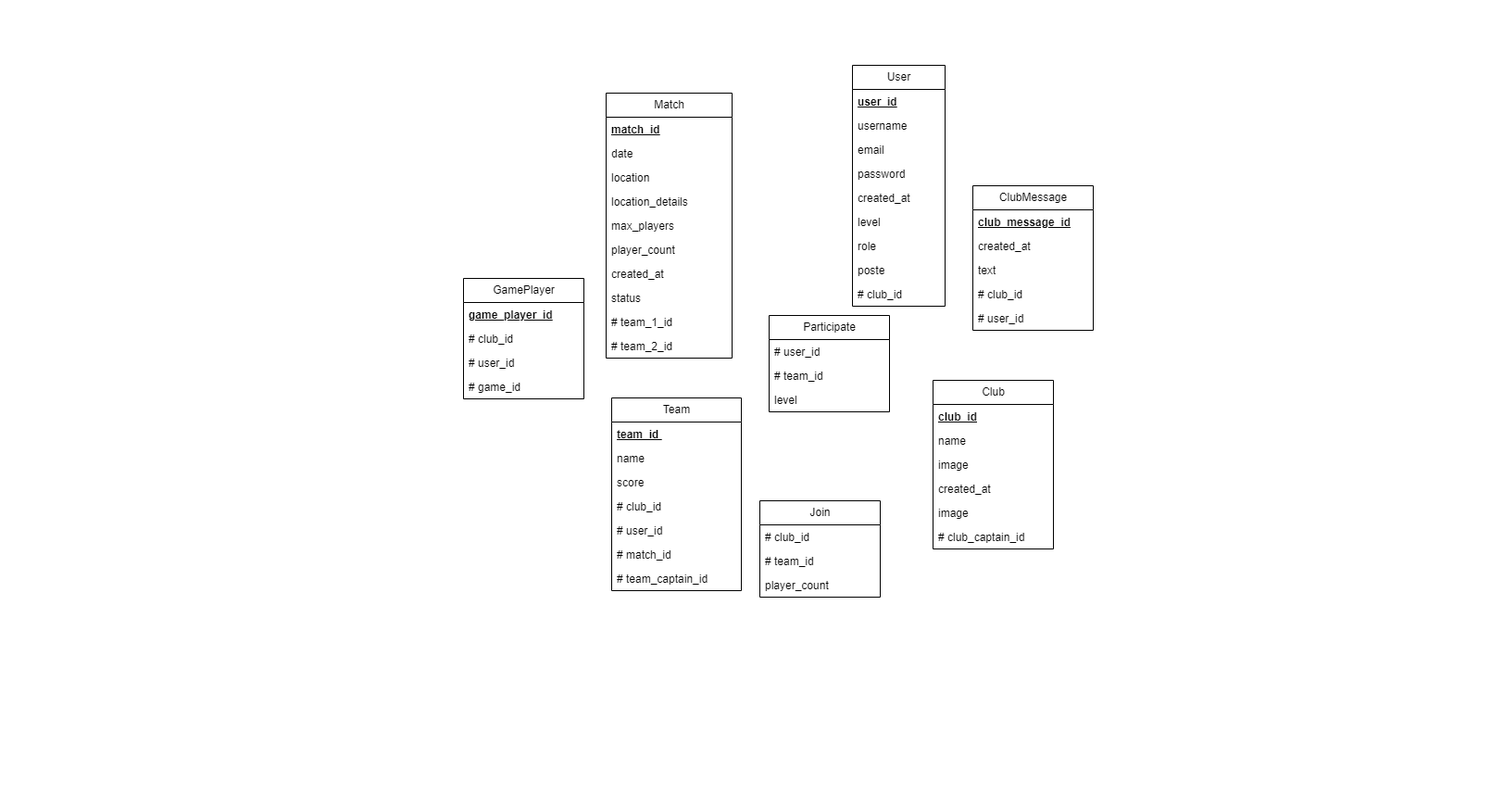
Earlier version of the draw.io export MLD.drawio.png (Mathistrg/Styx). Source tidied: cells renumbered, new cells last; positions are measured from the earlier drawing's top-left corner, leaving out a move shared by most shapes.
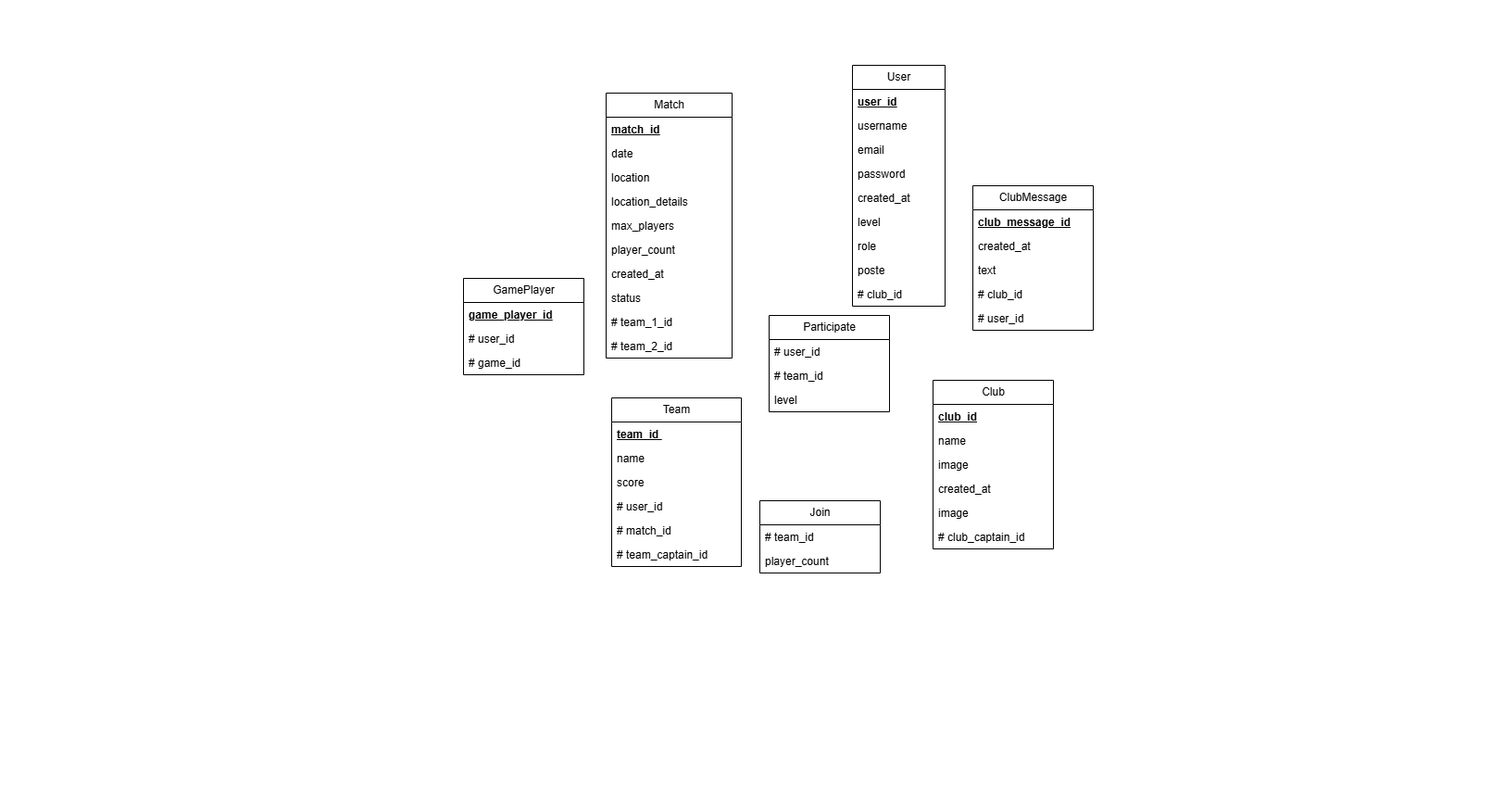
After the commit.

Commit message:
Mettre à jour MLD.drawio.png

Change to the diagram source:
```diff
@@ -90,7 +90,7 @@
       <mxGeometry y="156" width="130" height="26" as="geometry" />
     </mxCell>
     <mxCell id="31" value="Team" style="swimlane;fontStyle=0;horizontal=1;startSize=26;fillColor=none;html=1;" parent="1" vertex="1">
-      <mxGeometry x="660" y="429" width="140" height="208" as="geometry" />
+      <mxGeometry x="660" y="429" width="140" height="182" as="geometry" />
     </mxCell>
     <mxCell id="32" value="&lt;b&gt;&lt;u&gt;team_id&amp;nbsp;&lt;/u&gt;&lt;/b&gt;" style="text;strokeColor=none;fillColor=none;align=left;verticalAlign=top;spacingLeft=4;spacingRight=4;overflow=hidden;whiteSpace=wrap;html=1;" parent="31" vertex="1">
       <mxGeometry y="26" width="140" height="26" as="geometry" />
@@ -101,29 +101,23 @@
     <mxCell id="34" value="score&lt;span style=&quot;white-space: pre;&quot;&gt;&#9;&lt;/span&gt;&lt;span style=&quot;white-space: pre;&quot;&gt;&#9;&lt;/span&gt;" style="text;strokeColor=none;fillColor=none;align=left;verticalAlign=top;spacingLeft=4;spacingRight=4;overflow=hidden;whiteSpace=wrap;html=1;" parent="31" vertex="1">
       <mxGeometry y="78" width="140" height="26" as="geometry" />
     </mxCell>
-    <mxCell id="35" value="# club_id&amp;nbsp;" style="text;strokeColor=none;fillColor=none;align=left;verticalAlign=top;spacingLeft=4;spacingRight=4;overflow=hidden;whiteSpace=wrap;html=1;" parent="31" vertex="1">
-      <mxGeometry y="104" width="140" height="26" as="geometry" />
-    </mxCell>
     <mxCell id="36" value="# user_id&amp;nbsp;" style="text;strokeColor=none;fillColor=none;align=left;verticalAlign=top;spacingLeft=4;spacingRight=4;overflow=hidden;whiteSpace=wrap;html=1;" parent="31" vertex="1">
-      <mxGeometry y="130" width="140" height="26" as="geometry" />
+      <mxGeometry y="104" width="140" height="26" as="geometry" />
     </mxCell>
     <mxCell id="37" value="# match_id&amp;nbsp;" style="text;strokeColor=none;fillColor=none;align=left;verticalAlign=top;spacingLeft=4;spacingRight=4;overflow=hidden;whiteSpace=wrap;html=1;" parent="31" vertex="1">
-      <mxGeometry y="156" width="140" height="26" as="geometry" />
+      <mxGeometry y="130" width="140" height="26" as="geometry" />
     </mxCell>
     <mxCell id="38" value="# team_captain_id&amp;nbsp;" style="text;strokeColor=none;fillColor=none;align=left;verticalAlign=top;spacingLeft=4;spacingRight=4;overflow=hidden;whiteSpace=wrap;html=1;" parent="31" vertex="1">
-      <mxGeometry y="182" width="140" height="26" as="geometry" />
+      <mxGeometry y="156" width="140" height="26" as="geometry" />
     </mxCell>
     <mxCell id="39" value="Join" style="swimlane;fontStyle=0;horizontal=1;startSize=26;fillColor=none;html=1;" parent="1" vertex="1">
-      <mxGeometry x="820" y="540" width="130" height="104" as="geometry" />
+      <mxGeometry x="820" y="540" width="130" height="78" as="geometry" />
     </mxCell>
-    <mxCell id="40" value="# club_id" style="text;strokeColor=none;fillColor=none;align=left;verticalAlign=top;spacingLeft=4;spacingRight=4;overflow=hidden;whiteSpace=wrap;html=1;" parent="39" vertex="1">
-      <mxGeometry y="26" width="130" height="26" as="geometry" />
-    </mxCell>
     <mxCell id="41" value="# team_id" style="text;strokeColor=none;fillColor=none;align=left;verticalAlign=top;spacingLeft=4;spacingRight=4;overflow=hidden;whiteSpace=wrap;html=1;" parent="39" vertex="1">
-      <mxGeometry y="52" width="130" height="26" as="geometry" />
+      <mxGeometry y="26" width="130" height="26" as="geometry" />
     </mxCell>
     <mxCell id="42" value="player_count" style="text;strokeColor=none;fillColor=none;align=left;verticalAlign=top;spacingLeft=4;spacingRight=4;overflow=hidden;whiteSpace=wrap;html=1;" parent="39" vertex="1">
-      <mxGeometry y="78" width="130" height="26" as="geometry" />
+      <mxGeometry y="52" width="130" height="26" as="geometry" />
     </mxCell>
     <mxCell id="43" value="Participate" style="swimlane;fontStyle=0;horizontal=1;startSize=26;fillColor=none;html=1;" parent="1" vertex="1">
       <mxGeometry x="830" y="340" width="130" height="104" as="geometry" />
@@ -156,19 +150,16 @@
       <mxGeometry y="130" width="130" height="26" as="geometry" />
     </mxCell>
     <mxCell id="53" value="GamePlayer" style="swimlane;fontStyle=0;horizontal=1;startSize=26;fillColor=none;html=1;" parent="1" vertex="1">
-      <mxGeometry x="500" y="300" width="130" height="130" as="geometry" />
+      <mxGeometry x="500" y="300" width="130" height="104" as="geometry" />
     </mxCell>
     <mxCell id="54" value="&lt;u&gt;&lt;b&gt;game_player_id&lt;/b&gt;&lt;/u&gt;" style="text;strokeColor=none;fillColor=none;align=left;verticalAlign=top;spacingLeft=4;spacingRight=4;overflow=hidden;whiteSpace=wrap;html=1;" parent="53" vertex="1">
       <mxGeometry y="26" width="130" height="26" as="geometry" />
     </mxCell>
-    <mxCell id="55" value="# club_id&amp;nbsp;" style="text;strokeColor=none;fillColor=none;align=left;verticalAlign=top;spacingLeft=4;spacingRight=4;overflow=hidden;whiteSpace=wrap;html=1;" parent="53" vertex="1">
-      <mxGeometry y="52" width="130" height="26" as="geometry" />
-    </mxCell>
     <mxCell id="56" value="# user_id&amp;nbsp;" style="text;strokeColor=none;fillColor=none;align=left;verticalAlign=top;spacingLeft=4;spacingRight=4;overflow=hidden;whiteSpace=wrap;html=1;" parent="53" vertex="1">
-      <mxGeometry y="78" width="130" height="26" as="geometry" />
+      <mxGeometry y="52" width="130" height="26" as="geometry" />
     </mxCell>
     <mxCell id="57" value="# game_id&amp;nbsp;" style="text;strokeColor=none;fillColor=none;align=left;verticalAlign=top;spacingLeft=4;spacingRight=4;overflow=hidden;whiteSpace=wrap;html=1;" parent="53" vertex="1">
-      <mxGeometry y="104" width="130" height="26" as="geometry" />
+      <mxGeometry y="78" width="130" height="26" as="geometry" />
     </mxCell>
   </root>
 </mxGraphModel>
```
